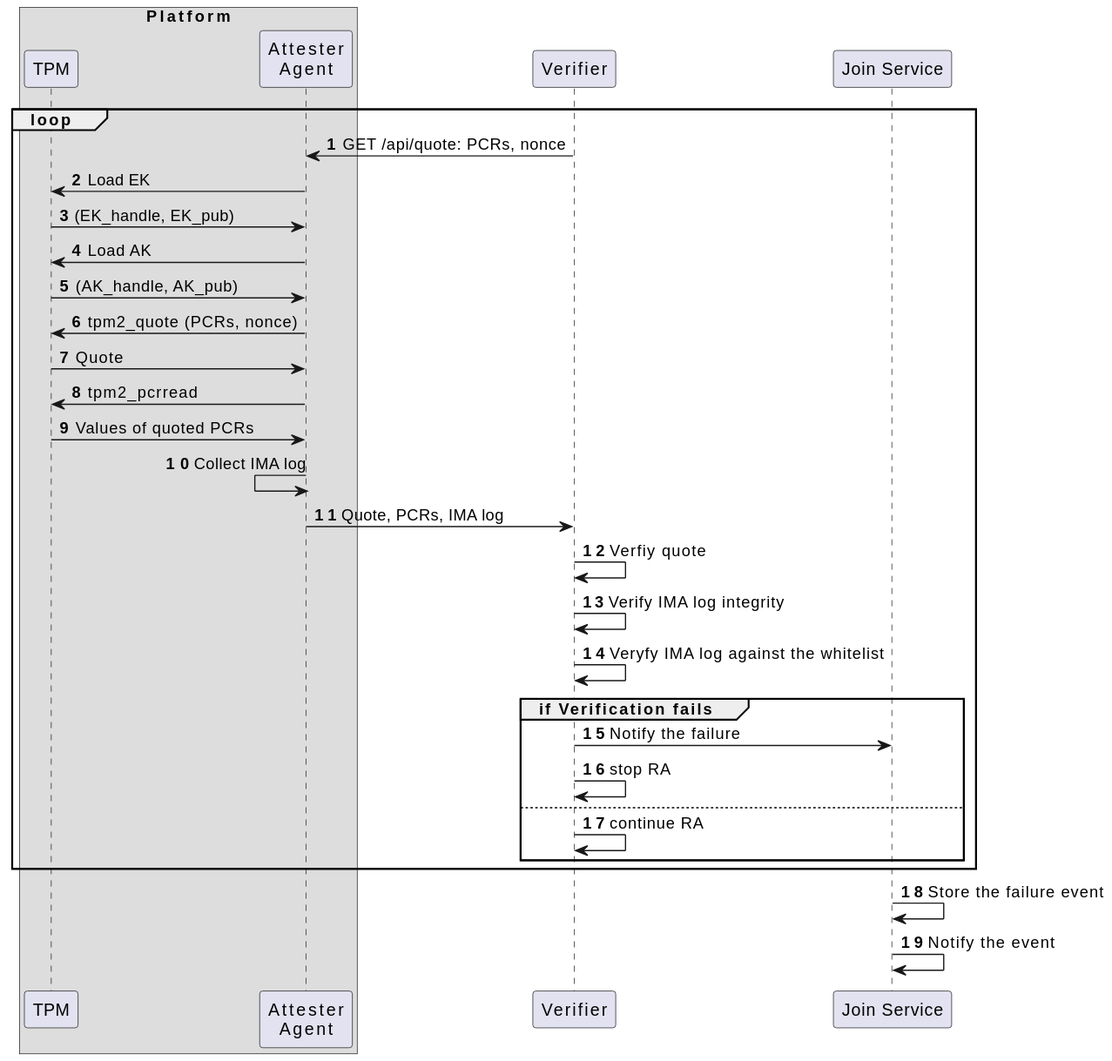
Earlier version of the PlantUML export docs/protocols/remote_attestation.svg (Cybersecurity-LINKS/embrave).
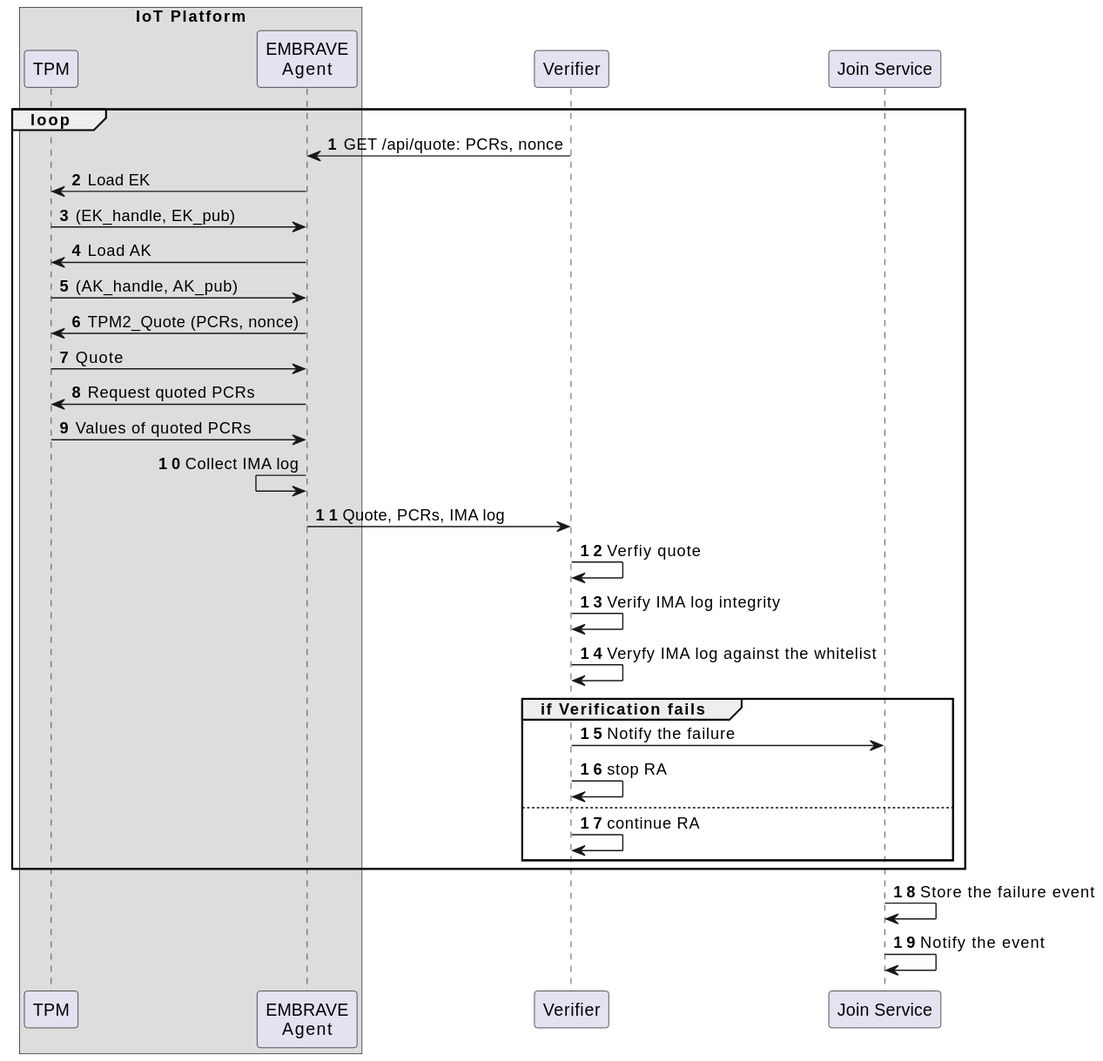
Later version of the same file.

The edit, as a diff of the source:
```diff
@@ -2,9 +2,9 @@
 
 autonumber
 
-box "Platform"
+box "IoT Platform"
 participant TPM
-participant "Attester\nAgent" as attester_agent
+participant "EMBRAVE\nAgent" as attester_agent
 endbox
 participant "Verifier" as verifier
 participant "Join Service" as join_service
@@ -15,9 +15,9 @@
 TPM->attester_agent: (EK_handle, EK_pub)
 attester_agent->TPM: Load AK
 TPM->attester_agent: (AK_handle, AK_pub)
-attester_agent->TPM: tpm2_quote (PCRs, nonce)
+attester_agent->TPM: TPM2_Quote (PCRs, nonce)
 TPM->attester_agent: Quote
-attester_agent->TPM: tpm2_pcrread
+attester_agent->TPM: Request quoted PCRs
 TPM->attester_agent: Values of quoted PCRs
 attester_agent<-attester_agent: Collect IMA log
 attester_agent->verifier: Quote, PCRs, IMA log
```
